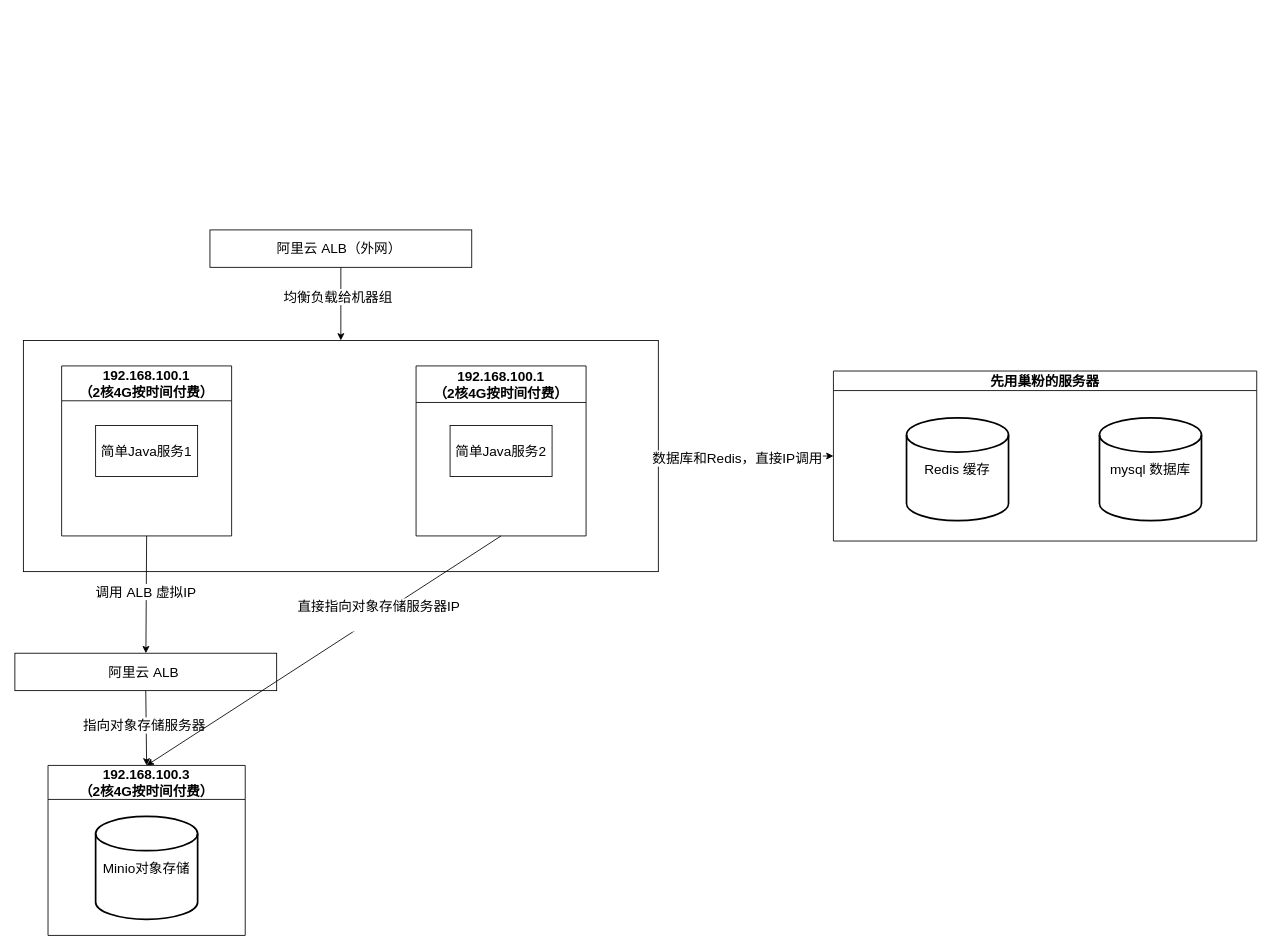
The draw.io diagram ence/slb-plan.drawio in MuggleStar/draw_io, before the edit. Source tidied: cells renumbered, new cells numbered last; positions are measured from the earlier drawing's top-left corner, leaving out a move shared by most shapes. Both pictures are drawn from the tidied source at 85%, with x=0, y=0 at pixel (14, 230).
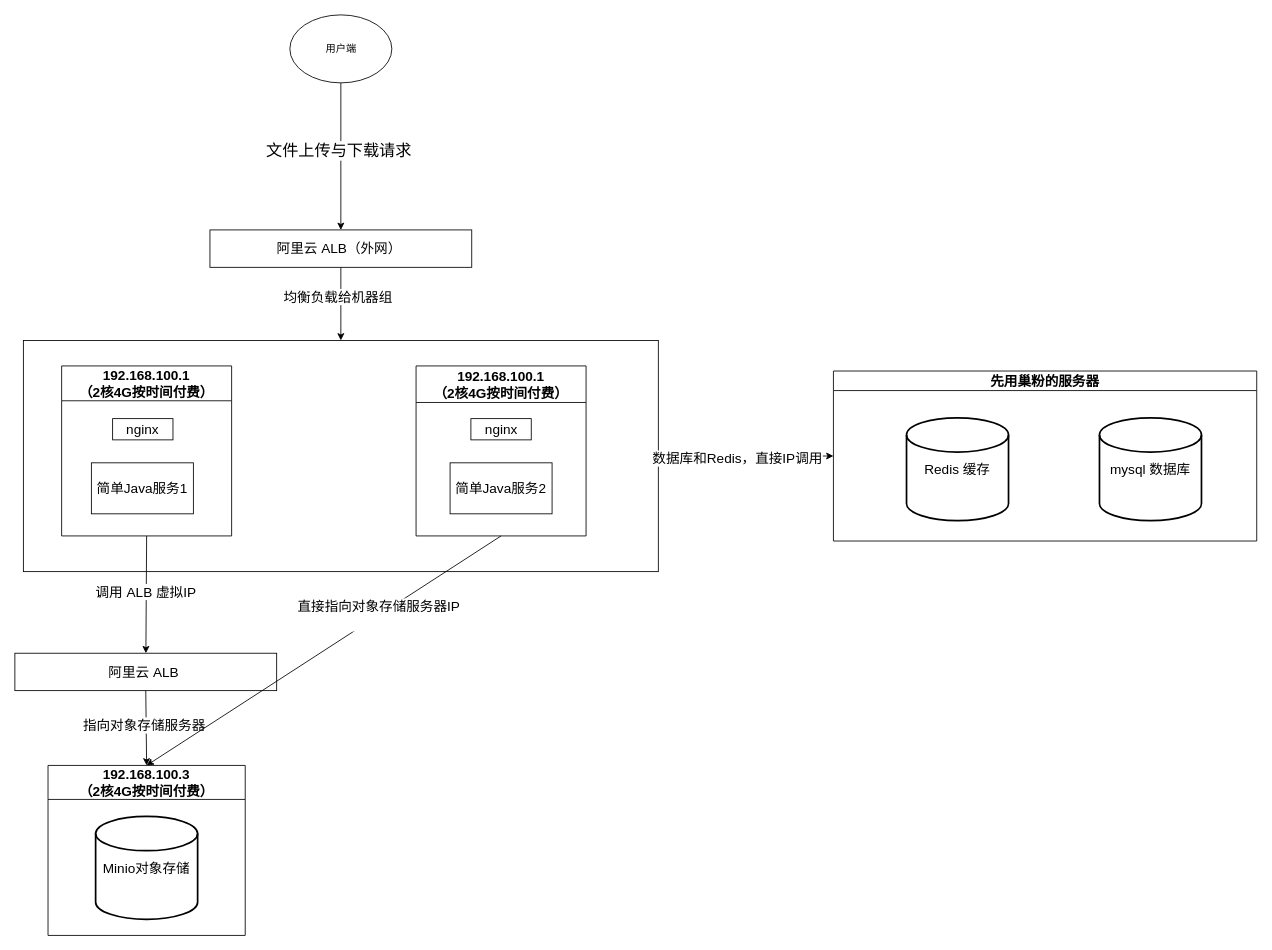
The same page after the edit.

Unchanged cells that the change refers to:
```xml
<mxCell id="3" value="192.168.100.1&lt;br&gt;（2核4G按时间付费）" style="swimlane;whiteSpace=wrap;html=1;startSize=41;fontSize=16;" parent="1" vertex="1">
  <mxGeometry x="55" y="160" width="200" height="200" as="geometry" />
</mxCell>
<mxCell id="7" value="192.168.100.1&lt;br&gt;（2核4G按时间付费）" style="swimlane;whiteSpace=wrap;html=1;startSize=43;fontSize=16;" parent="1" vertex="1">
  <mxGeometry x="472" y="160" width="200" height="200" as="geometry" />
</mxCell>
<mxCell id="13" value="阿里云 ALB（外网）&amp;nbsp;" style="rounded=0;whiteSpace=wrap;html=1;fontSize=16;" parent="1" vertex="1">
  <mxGeometry x="229.5" width="308" height="44" as="geometry" />
</mxCell>
```

Diff of the diagram source:
```diff
@@
     <mxCell id="4" value="简单Java服务1" style="rounded=0;whiteSpace=wrap;html=1;fontSize=16;" parent="3" vertex="1">
-      <mxGeometry x="40" y="70" width="120" height="60" as="geometry" />
+      <mxGeometry x="35" y="114" width="120" height="60" as="geometry" />
     </mxCell>
@@
     <mxCell id="8" value="简单Java服务2" style="rounded=0;whiteSpace=wrap;html=1;fontSize=16;" parent="7" vertex="1">
-      <mxGeometry x="40" y="70" width="120" height="60" as="geometry" />
+      <mxGeometry x="40" y="114" width="120" height="60" as="geometry" />
     </mxCell>
+    <mxCell id="24" value="nginx" style="rounded=0;whiteSpace=wrap;html=1;fontSize=16;" parent="7" vertex="1">
+      <mxGeometry x="64.5" y="62" width="71" height="25" as="geometry" />
+    </mxCell>
@@
+    <mxCell id="25" value="用户端" style="ellipse;whiteSpace=wrap;html=1;" parent="1" vertex="1">
+      <mxGeometry x="323.5" y="-253" width="120" height="80" as="geometry" />
+    </mxCell>
+    <mxCell id="26" style="endArrow=classic;html=1;rounded=0;entryX=0.5;entryY=0;entryDx=0;entryDy=0;exitX=0.5;exitY=1;exitDx=0;exitDy=0;" parent="1" edge="1" source="25" target="13">
+      <mxGeometry relative="1" as="geometry" />
+    </mxCell>
+    <mxCell id="27" value="文件上传与下载请求" style="edgeLabel;html=1;align=center;verticalAlign=middle;fontSize=19;" parent="26" vertex="1">
+      <mxGeometry x="-0.09" y="-3" relative="1" as="geometry" />
+    </mxCell>
+    <mxCell id="28" value="nginx" style="rounded=0;whiteSpace=wrap;html=1;fontSize=16;" parent="1" vertex="1">
+      <mxGeometry x="115" y="222" width="71" height="25" as="geometry" />
+    </mxCell>
```
